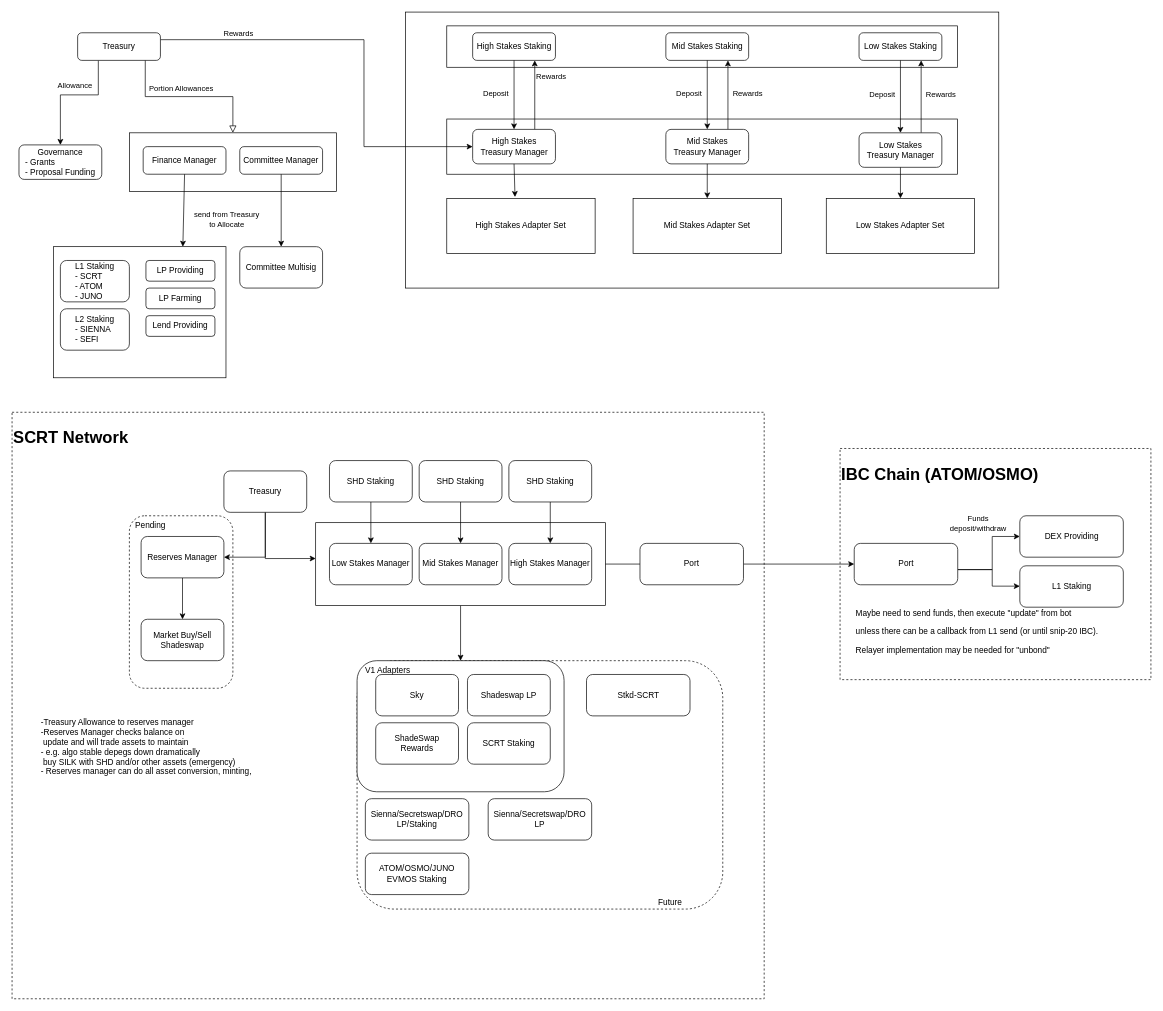
securesecrets/shade keeps this draw.io diagram as dao.drawio. Above is the earlier version. Source tidied: cells renumbered, new cells numbered last; positions are measured from the earlier drawing's top-left corner, leaving out a move shared by most shapes. Both pictures are drawn from the tidied source at 69%, with x=0, y=0 at pixel (12, 12).
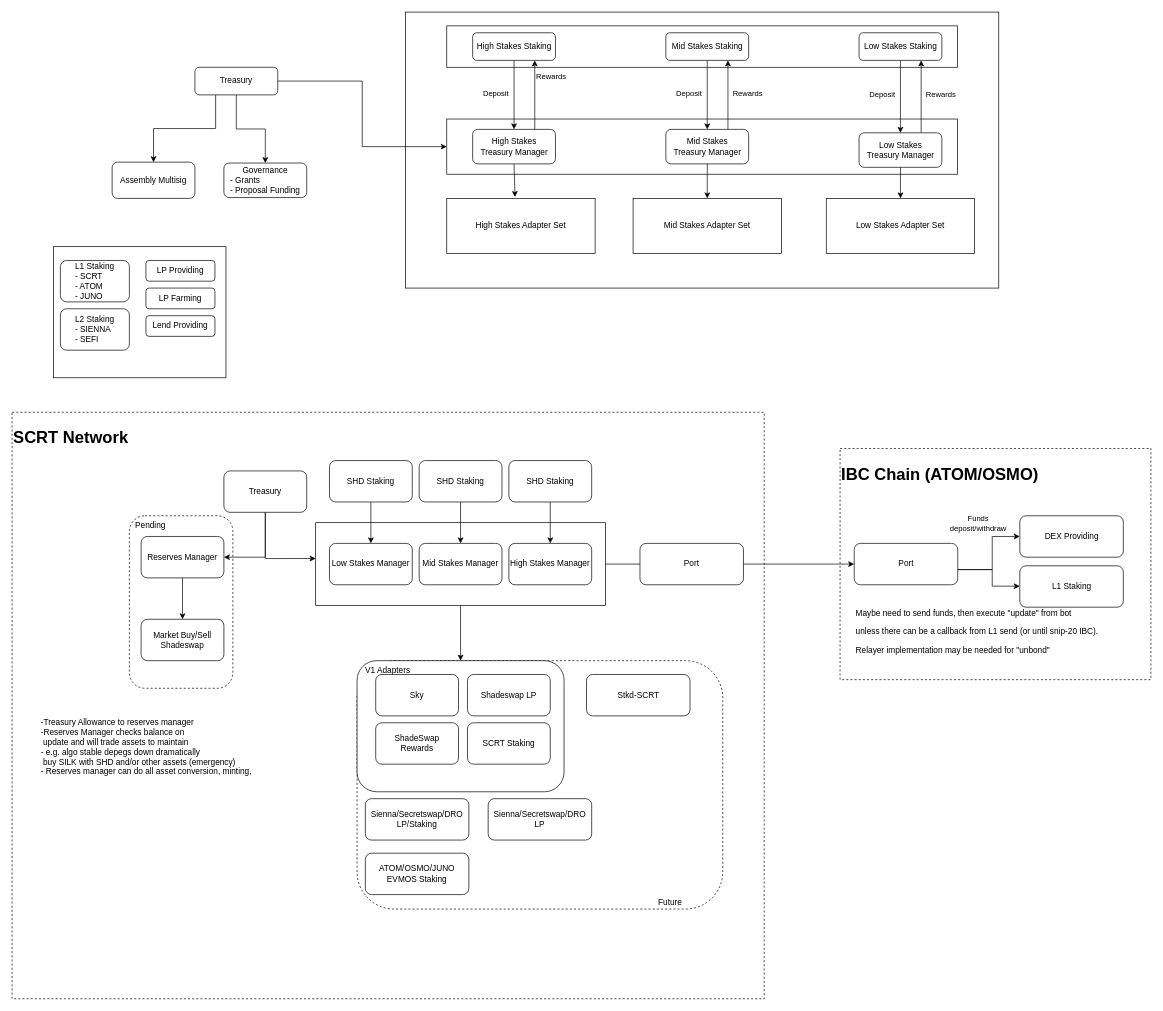
Above is the later version.

Unchanged cells that the change refers to:
```xml
<mxCell id="3" style="rounded=0;whiteSpace=wrap;html=1;" parent="1" vertex="1">
  <mxGeometry x="630" y="155" width="740" height="80" as="geometry" />
</mxCell>
<mxCell id="26" style="rounded=0;whiteSpace=wrap;html=1;align=left;" parent="1" vertex="1">
  <mxGeometry x="60" y="340" width="250" height="190" as="geometry" />
</mxCell>
<mxCell id="36" value="High Stakes&lt;br&gt;Treasury Manager" style="rounded=1;whiteSpace=wrap;html=1;fontSize=12;glass=0;strokeWidth=1;shadow=0;" parent="1" vertex="1">
  <mxGeometry x="667.5" y="170" width="120" height="50" as="geometry" />
</mxCell>
```

Diff of the diagram source:
```diff
@@
-    <mxCell id="13" style="rounded=0;whiteSpace=wrap;html=1;" parent="1" vertex="1">
-      <mxGeometry x="170" y="175" width="300" height="85" as="geometry" />
-    </mxCell>
-    <mxCell id="14" style="rounded=0;html=1;jettySize=auto;fontSize=11;endArrow=block;endFill=0;endSize=8;strokeWidth=1;shadow=0;labelBackgroundColor=none;edgeStyle=orthogonalEdgeStyle;exitX=0.817;exitY=0.975;exitDx=0;exitDy=0;exitPerimeter=0;" parent="1" edge="1" source="20" target="13">
-      <mxGeometry relative="1" as="geometry" />
-    </mxCell>
-    <mxCell id="15" value="Portion Allowances" style="edgeLabel;html=1;align=center;verticalAlign=middle;" parent="14" vertex="1">
-      <mxGeometry x="0.2" relative="1" as="geometry">
-        <mxPoint x="-35" y="-12" as="offset" />
-      </mxGeometry>
-    </mxCell>
-    <mxCell id="16" style="edgeStyle=orthogonalEdgeStyle;rounded=0;jettySize=auto;html=1;exitX=1;exitY=0.25;exitDx=0;exitDy=0;entryX=0;entryY=0.5;entryDx=0;entryDy=0;" parent="1" edge="1" source="20" target="36">
-      <mxGeometry relative="1" as="geometry">
-        <Array as="points">
-          <mxPoint x="510" y="40" />
-          <mxPoint x="510" y="195" />
-        </Array>
-      </mxGeometry>
-    </mxCell>
-    <mxCell id="17" value="Rewards" style="edgeLabel;html=1;align=center;verticalAlign=middle;" parent="16" vertex="1">
-      <mxGeometry x="-0.66" y="2" relative="1" as="geometry">
-        <mxPoint x="9" y="-8" as="offset" />
-      </mxGeometry>
-    </mxCell>
+    <mxCell id="92" style="edgeStyle=orthogonalEdgeStyle;rounded=0;jettySize=auto;html=1;entryX=0.5;entryY=0;entryDx=0;entryDy=0;exitX=0.25;exitY=1;exitDx=0;exitDy=0;" parent="1" edge="1" source="20" target="23">
+      <mxGeometry relative="1" as="geometry" />
+    </mxCell>
-    <mxCell id="18" style="edgeStyle=orthogonalEdgeStyle;rounded=0;jettySize=auto;html=1;entryX=0.5;entryY=0;entryDx=0;entryDy=0;exitX=0.25;exitY=1;exitDx=0;exitDy=0;" parent="1" edge="1" source="20" target="25">
-      <mxGeometry relative="1" as="geometry">
-        <Array as="points">
-          <mxPoint x="125" y="120" />
-          <mxPoint x="70" y="120" />
-        </Array>
-      </mxGeometry>
+    <mxCell id="18" style="edgeStyle=orthogonalEdgeStyle;rounded=0;jettySize=auto;html=1;entryX=0.5;entryY=0;entryDx=0;entryDy=0;" parent="1" edge="1" source="20" target="25">
+      <mxGeometry relative="1" as="geometry" />
     </mxCell>
-    <mxCell id="19" value="Allowance" style="edgeLabel;html=1;align=center;verticalAlign=middle;" parent="18" vertex="1">
-      <mxGeometry x="0.17" relative="1" as="geometry">
-        <mxPoint x="19" y="-15" as="offset" />
-      </mxGeometry>
-    </mxCell>
+    <mxCell id="93" style="edgeStyle=orthogonalEdgeStyle;rounded=0;jettySize=auto;html=1;entryX=0;entryY=0.5;entryDx=0;entryDy=0;" parent="1" edge="1" source="20" target="3">
+      <mxGeometry relative="1" as="geometry" />
+    </mxCell>
     <mxCell id="20" value="Treasury" style="rounded=1;whiteSpace=wrap;html=1;fontSize=12;glass=0;strokeWidth=1;shadow=0;" parent="1" vertex="1">
-      <mxGeometry x="95" y="30" width="120" height="40" as="geometry" />
+      <mxGeometry x="265" y="80" width="120" height="40" as="geometry" />
     </mxCell>
-    <mxCell id="21" value="Finance Manager" style="rounded=1;whiteSpace=wrap;html=1;fontSize=12;glass=0;strokeWidth=1;shadow=0;" parent="1" vertex="1">
-      <mxGeometry x="190" y="195" width="120" height="40" as="geometry" />
-    </mxCell>
-    <mxCell id="22" value="Committee Manager" style="rounded=1;whiteSpace=wrap;html=1;fontSize=12;glass=0;strokeWidth=1;shadow=0;" parent="1" vertex="1">
-      <mxGeometry x="330" y="195" width="120" height="40" as="geometry" />
-    </mxCell>
-    <mxCell id="23" value="Committee Multisig" style="rounded=1;whiteSpace=wrap;html=1;" parent="1" vertex="1">
-      <mxGeometry x="330" y="340" width="120" height="60" as="geometry" />
+    <mxCell id="23" value="Assembly Multisig" style="rounded=1;whiteSpace=wrap;html=1;" parent="1" vertex="1">
+      <mxGeometry x="145" y="217.5" width="120" height="52.5" as="geometry" />
     </mxCell>
-    <mxCell id="24" style="endArrow=classic;html=1;rounded=0;exitX=0.5;exitY=1;exitDx=0;exitDy=0;entryX=0.5;entryY=0;entryDx=0;entryDy=0;" parent="1" edge="1" source="22" target="23">
-      <mxGeometry relative="1" as="geometry" />
-    </mxCell>
     <mxCell id="25" value="Governance&lt;br&gt;&lt;div style=&quot;text-align: left&quot;&gt;&lt;span&gt;- Grants&lt;/span&gt;&lt;/div&gt;&lt;div style=&quot;text-align: left&quot;&gt;&lt;span&gt;- Proposal Funding&lt;/span&gt;&lt;/div&gt;" style="rounded=1;whiteSpace=wrap;html=1;fontSize=12;glass=0;strokeWidth=1;shadow=0;" parent="1" vertex="1">
-      <mxGeometry x="10" y="192.5" width="120" height="50" as="geometry" />
+      <mxGeometry x="307" y="218.8" width="120" height="50" as="geometry" />
     </mxCell>
@@
-    <mxCell id="32" style="endArrow=classic;html=1;rounded=0;entryX=0.75;entryY=0;entryDx=0;entryDy=0;exitX=0.5;exitY=1;exitDx=0;exitDy=0;" parent="1" edge="1" source="21" target="26">
-      <mxGeometry relative="1" as="geometry" />
-    </mxCell>
-    <mxCell id="33" value="send from Treasury&lt;br&gt;to Allocate" style="edgeLabel;html=1;align=center;verticalAlign=middle;" parent="32" vertex="1">
-      <mxGeometry x="0.46" y="5" relative="1" as="geometry">
-        <mxPoint x="57" y="-12" as="offset" />
-      </mxGeometry>
-    </mxCell>
```
